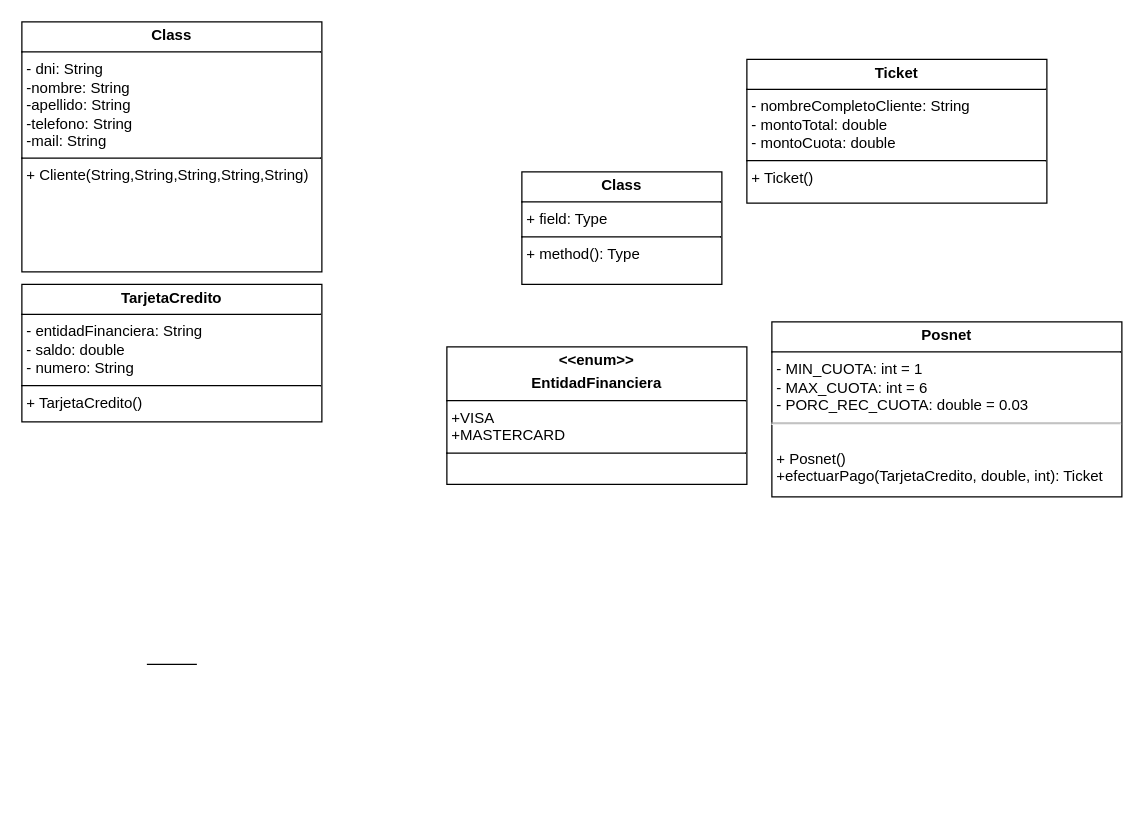
Earlier version of the draw.io diagram Diagrama sin título.drawio (LucasArd/Posnet). Source tidied: cells renumbered, new cells numbered last; positions are measured from the earlier drawing's top-left corner, leaving out a move shared by most shapes. Both pictures are drawn from the tidied source at 125%, with x=0, y=0 at pixel (21, 21).
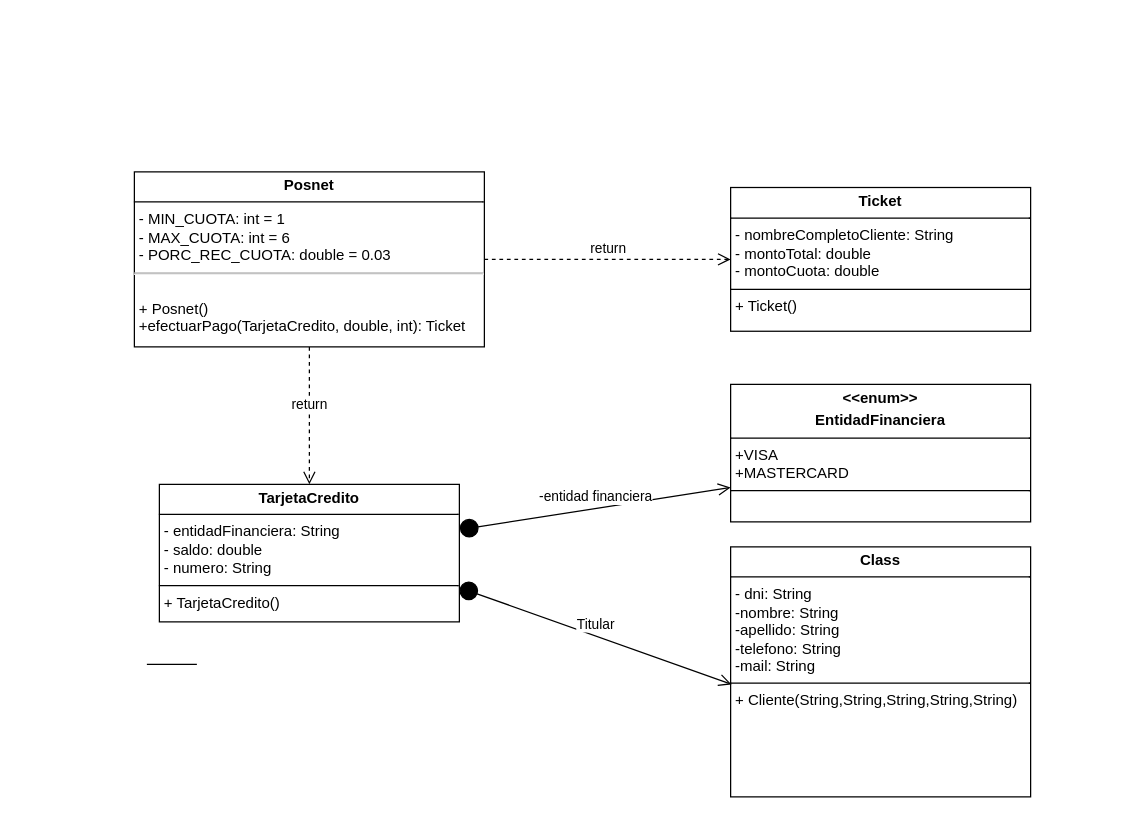
After the change.

Diff of the diagram source:
```diff
@@
 <mxGraphModel>
   <root>
     <mxCell id="0" />
     <mxCell id="1" parent="0" />
-    <mxCell id="2" value="&lt;p style=&quot;margin:0px;margin-top:4px;text-align:center;&quot;&gt;&lt;b&gt;Class&lt;/b&gt;&lt;/p&gt;&lt;hr size=&quot;1&quot; style=&quot;border-style:solid;&quot;/&gt;&lt;p style=&quot;margin:0px;margin-left:4px;&quot;&gt;+ field: Type&lt;/p&gt;&lt;hr size=&quot;1&quot; style=&quot;border-style:solid;&quot;/&gt;&lt;p style=&quot;margin:0px;margin-left:4px;&quot;&gt;+ method(): Type&lt;/p&gt;" style="verticalAlign=top;align=left;overflow=fill;html=1;whiteSpace=wrap;" parent="1" vertex="1">
-      <mxGeometry x="400" y="120" width="160" height="90" as="geometry" />
-    </mxCell>
     <mxCell id="3" value="&lt;p style=&quot;margin:0px;margin-top:4px;text-align:center;&quot;&gt;&lt;b&gt;Class&lt;/b&gt;&lt;/p&gt;&lt;hr size=&quot;1&quot; style=&quot;border-style:solid;&quot;&gt;&lt;p style=&quot;margin:0px;margin-left:4px;&quot;&gt;- dni: String&lt;/p&gt;&lt;p style=&quot;margin:0px;margin-left:4px;&quot;&gt;-nombre: String&lt;/p&gt;&lt;p style=&quot;margin:0px;margin-left:4px;&quot;&gt;-apellido: String&lt;/p&gt;&lt;p style=&quot;margin:0px;margin-left:4px;&quot;&gt;-telefono: String&lt;/p&gt;&lt;p style=&quot;margin:0px;margin-left:4px;&quot;&gt;-mail: String&lt;/p&gt;&lt;hr size=&quot;1&quot; style=&quot;border-style:solid;&quot;&gt;&lt;p style=&quot;margin:0px;margin-left:4px;&quot;&gt;+ Cliente(String,String,String,String,String)&lt;/p&gt;" style="verticalAlign=top;align=left;overflow=fill;html=1;whiteSpace=wrap;" parent="1" vertex="1">
-      <mxGeometry width="240" height="200" as="geometry" />
+      <mxGeometry x="567" y="420" width="240" height="200" as="geometry" />
     </mxCell>
     <mxCell id="4" value="&lt;p style=&quot;margin:0px;margin-top:4px;text-align:center;&quot;&gt;&lt;b&gt;TarjetaCredito&lt;/b&gt;&lt;/p&gt;&lt;hr size=&quot;1&quot; style=&quot;border-style:solid;&quot;&gt;&lt;p style=&quot;margin:0px;margin-left:4px;&quot;&gt;- entidadFinanciera: String&lt;/p&gt;&lt;p style=&quot;margin:0px;margin-left:4px;&quot;&gt;- saldo: double&lt;/p&gt;&lt;p style=&quot;margin:0px;margin-left:4px;&quot;&gt;- numero: String&lt;/p&gt;&lt;hr size=&quot;1&quot; style=&quot;border-style:solid;&quot;&gt;&lt;p style=&quot;margin:0px;margin-left:4px;&quot;&gt;+ TarjetaCredito()&lt;/p&gt;" style="verticalAlign=top;align=left;overflow=fill;html=1;whiteSpace=wrap;" parent="1" vertex="1">
-      <mxGeometry y="210" width="240" height="110" as="geometry" />
+      <mxGeometry x="110" y="370" width="240" height="110" as="geometry" />
     </mxCell>
     <mxCell id="5" value="&lt;p style=&quot;margin:0px;margin-top:4px;text-align:center;&quot;&gt;&lt;b&gt;&amp;lt;&amp;lt;enum&amp;gt;&amp;gt;&lt;/b&gt;&lt;/p&gt;&lt;p style=&quot;margin:0px;margin-top:4px;text-align:center;&quot;&gt;&lt;b&gt;EntidadFinanciera&lt;/b&gt;&lt;/p&gt;&lt;hr size=&quot;1&quot; style=&quot;border-style:solid;&quot;&gt;&lt;p style=&quot;margin:0px;margin-left:4px;&quot;&gt;+VISA&lt;/p&gt;&lt;p style=&quot;margin:0px;margin-left:4px;&quot;&gt;+MASTERCARD&lt;/p&gt;&lt;hr size=&quot;1&quot; style=&quot;border-style:solid;&quot;&gt;&lt;p style=&quot;margin:0px;margin-left:4px;&quot;&gt;&lt;br&gt;&lt;/p&gt;" style="verticalAlign=top;align=left;overflow=fill;html=1;whiteSpace=wrap;" parent="1" vertex="1">
-      <mxGeometry x="340" y="260" width="240" height="110" as="geometry" />
+      <mxGeometry x="567" y="290" width="240" height="110" as="geometry" />
     </mxCell>
     <mxCell id="6" value="&lt;p style=&quot;margin:0px;margin-top:4px;text-align:center;&quot;&gt;&lt;b&gt;Ticket&lt;/b&gt;&lt;/p&gt;&lt;hr size=&quot;1&quot; style=&quot;border-style:solid;&quot;&gt;&lt;p style=&quot;margin:0px;margin-left:4px;&quot;&gt;- nombreCompletoCliente: String&lt;/p&gt;&lt;p style=&quot;margin:0px;margin-left:4px;&quot;&gt;- montoTotal: double&lt;/p&gt;&lt;p style=&quot;margin:0px;margin-left:4px;&quot;&gt;- montoCuota: double&lt;/p&gt;&lt;hr size=&quot;1&quot; style=&quot;border-style:solid;&quot;&gt;&lt;p style=&quot;margin:0px;margin-left:4px;&quot;&gt;+ Ticket()&lt;/p&gt;" style="verticalAlign=top;align=left;overflow=fill;html=1;whiteSpace=wrap;" parent="1" vertex="1">
-      <mxGeometry x="580" y="30" width="240" height="115" as="geometry" />
+      <mxGeometry x="567" y="132.5" width="240" height="115" as="geometry" />
     </mxCell>
     <mxCell id="7" value="&lt;p style=&quot;margin:0px;margin-top:4px;text-align:center;&quot;&gt;&lt;b&gt;Posnet&lt;/b&gt;&lt;/p&gt;&lt;hr size=&quot;1&quot; style=&quot;border-style:solid;&quot;&gt;&lt;p style=&quot;margin:0px;margin-left:4px;&quot;&gt;- MIN_CUOTA: int = 1&lt;/p&gt;&lt;p style=&quot;margin:0px;margin-left:4px;&quot;&gt;- MAX_CUOTA: int = 6&lt;/p&gt;&lt;p style=&quot;margin:0px;margin-left:4px;&quot;&gt;- PORC_REC_CUOTA: double = 0.03&lt;/p&gt;&lt;hr&gt;&lt;p style=&quot;margin:0px;margin-left:4px;&quot;&gt;&lt;br&gt;&lt;/p&gt;&lt;p style=&quot;margin:0px;margin-left:4px;&quot;&gt;+ Posnet()&lt;/p&gt;&lt;p style=&quot;margin:0px;margin-left:4px;&quot;&gt;+efectuarPago(TarjetaCredito, double, int): Ticket&lt;/p&gt;&lt;p style=&quot;margin:0px;margin-left:4px;&quot;&gt;&lt;br&gt;&lt;/p&gt;" style="verticalAlign=top;align=left;overflow=fill;html=1;whiteSpace=wrap;" parent="1" vertex="1">
-      <mxGeometry x="600" y="240" width="280" height="140" as="geometry" />
+      <mxGeometry x="90" y="120" width="280" height="140" as="geometry" />
     </mxCell>
     <mxCell id="8" style="line;strokeWidth=1;fillColor=none;align=left;verticalAlign=middle;spacingTop=-1;spacingLeft=3;spacingRight=3;labelPosition=right;strokeColor=inherit;" parent="1" vertex="1">
       <mxGeometry x="100" y="510" width="40" height="8" as="geometry" />
     </mxCell>
+    <mxCell id="9" value="Titular" style="html=1;verticalAlign=bottom;startArrow=circle;startFill=1;endArrow=open;startSize=6;endSize=8;curved=0;rounded=0;exitX=1;exitY=0.75;exitDx=0;exitDy=0;entryX=0.003;entryY=0.55;entryDx=0;entryDy=0;entryPerimeter=0;" parent="1" edge="1" source="4" target="3">
+      <mxGeometry relative="1" as="geometry" />
+    </mxCell>
+    <mxCell id="10" value="-entidad financiera" style="html=1;verticalAlign=bottom;startArrow=circle;startFill=1;endArrow=open;startSize=6;endSize=8;curved=0;rounded=0;entryX=0;entryY=0.75;entryDx=0;entryDy=0;" parent="1" edge="1" source="4" target="5">
+      <mxGeometry relative="1" as="geometry" />
+    </mxCell>
+    <mxCell id="11" value="return" style="html=1;verticalAlign=bottom;endArrow=open;dashed=1;endSize=8;curved=0;rounded=0;exitX=0.5;exitY=1;exitDx=0;exitDy=0;entryX=0.5;entryY=0;entryDx=0;entryDy=0;" parent="1" edge="1" source="7" target="4">
+      <mxGeometry relative="1" as="geometry" />
+    </mxCell>
+    <mxCell id="12" value="return" style="html=1;verticalAlign=bottom;endArrow=open;dashed=1;endSize=8;curved=0;rounded=0;exitX=1;exitY=0.5;exitDx=0;exitDy=0;entryX=0;entryY=0.5;entryDx=0;entryDy=0;" parent="1" edge="1" source="7" target="6">
+      <mxGeometry relative="1" as="geometry" />
+    </mxCell>
   </root>
 </mxGraphModel>
```
